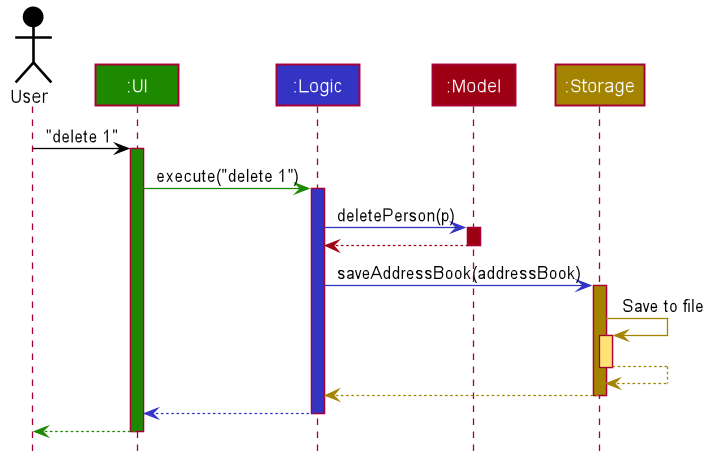
This is docs/images/ArchitectureSequenceDiagram.png from nus-cs2103-AY2122S1/tp, a PlantUML export, as it was before one commit.
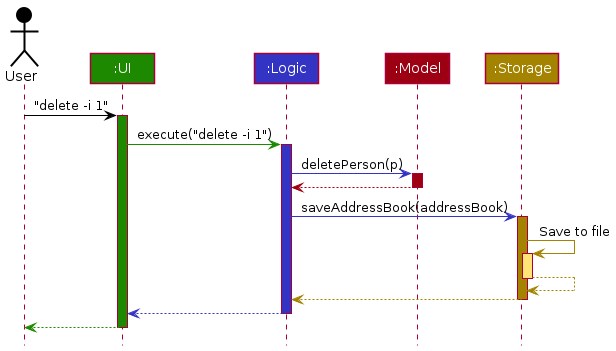
Above is the later version.

What changed in the source:
```diff
@@ -1,85 +1,38 @@
 @startuml
+!include style.puml
 
+Actor User as user USER_COLOR
+Participant ":UI" as ui UI_COLOR
+Participant ":Logic" as logic LOGIC_COLOR
+Participant ":Model" as model MODEL_COLOR
+Participant ":Storage" as storage STORAGE_COLOR
 
+user -[USER_COLOR]> ui : "delete -i 1"
+activate ui UI_COLOR
 
+ui -[UI_COLOR]> logic : execute("delete -i 1")
+activate logic LOGIC_COLOR
 
+logic -[LOGIC_COLOR]> model : deletePerson(p)
+activate model MODEL_COLOR
 
-
-
-
-skinparam BackgroundColor #FFFFFFF
-
-skinparam Shadowing false
-
-skinparam Class {
-    FontColor #FFFFFF
-    BorderThickness 1
-    BorderColor #FFFFFF
-    StereotypeFontColor #FFFFFF
-    FontName Arial
-}
-
-skinparam Actor {
-    BorderColor #000000
-    Color #000000
-    FontName Arial
-}
-
-skinparam Sequence {
-    MessageAlign center
-    BoxFontSize 15
-    BoxPadding 0
-    BoxFontColor #FFFFFF
-    FontName Arial
-}
-
-skinparam Participant {
-    FontColor #FFFFFFF
-    Padding 20
-}
-
-skinparam MinClassWidth 50
-skinparam ParticipantPadding 10
-skinparam Shadowing false
-skinparam DefaultTextAlignment center
-skinparam packageStyle Rectangle
-
-hide footbox
-hide members
-hide circle
-
-Actor User as user #000000
-Participant ":UI" as ui #1D8900
-Participant ":Logic" as logic #3333C4
-Participant ":Model" as model #9D0012
-Participant ":Storage" as storage #A38300
-
-user -[#000000]> ui : "delete 1"
-activate ui #1D8900
-
-ui -[#1D8900]> logic : execute("delete 1")
-activate logic #3333C4
-
-logic -[#3333C4]> model : deletePerson(p)
-activate model #9D0012
-
-model -[#9D0012]-> logic
+model -[MODEL_COLOR]-> logic
 deactivate model
 
-logic -[#3333C4]> storage : saveAddressBook(addressBook)
-activate storage #A38300
+logic -[LOGIC_COLOR]> storage : saveAddressBook(addressBook)
+activate storage STORAGE_COLOR
 
-storage -[#A38300]> storage : Save to file
-activate storage #FFE374
-storage --[#A38300]> storage
+storage -[STORAGE_COLOR]> storage : Save to file
+activate storage STORAGE_COLOR_T1
+storage --[STORAGE_COLOR]> storage
 deactivate storage
 
-storage --[#A38300]> logic
+storage --[STORAGE_COLOR]> logic
 deactivate storage
 
-logic --[#3333C4]> ui
+logic --[LOGIC_COLOR]> ui
 deactivate logic
 
-ui--[#1D8900]> user
+ui--[UI_COLOR]> user
 deactivate ui
 @enduml
```
